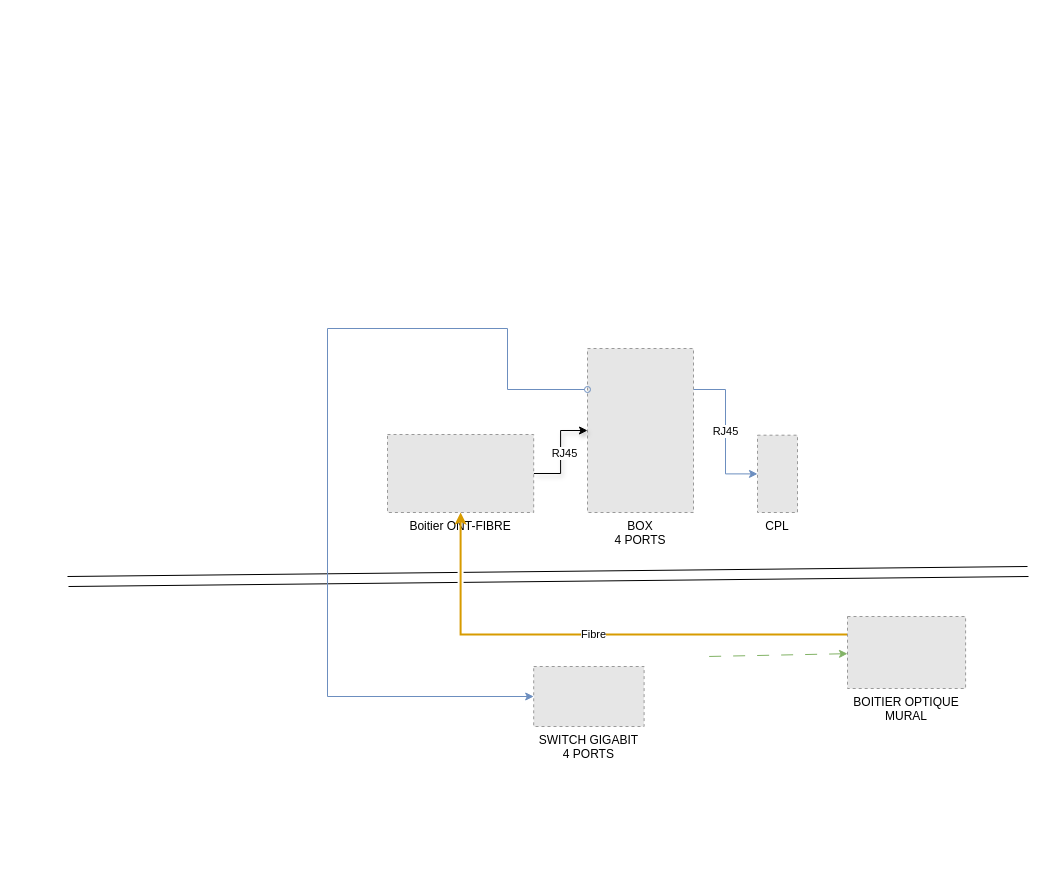
bastero42/test keeps this draw.io diagram as Untitled Diagram.drawio. Above is the earlier version. Source tidied: cells renumbered, new cells numbered last; positions are measured from the earlier drawing's top-left corner, leaving out a move shared by most shapes. Both pictures are drawn from the tidied source at 100%, with x=0, y=0 at pixel (67, 328). Pictures stored in the file or linked from it are replaced by grey dashed boxes.
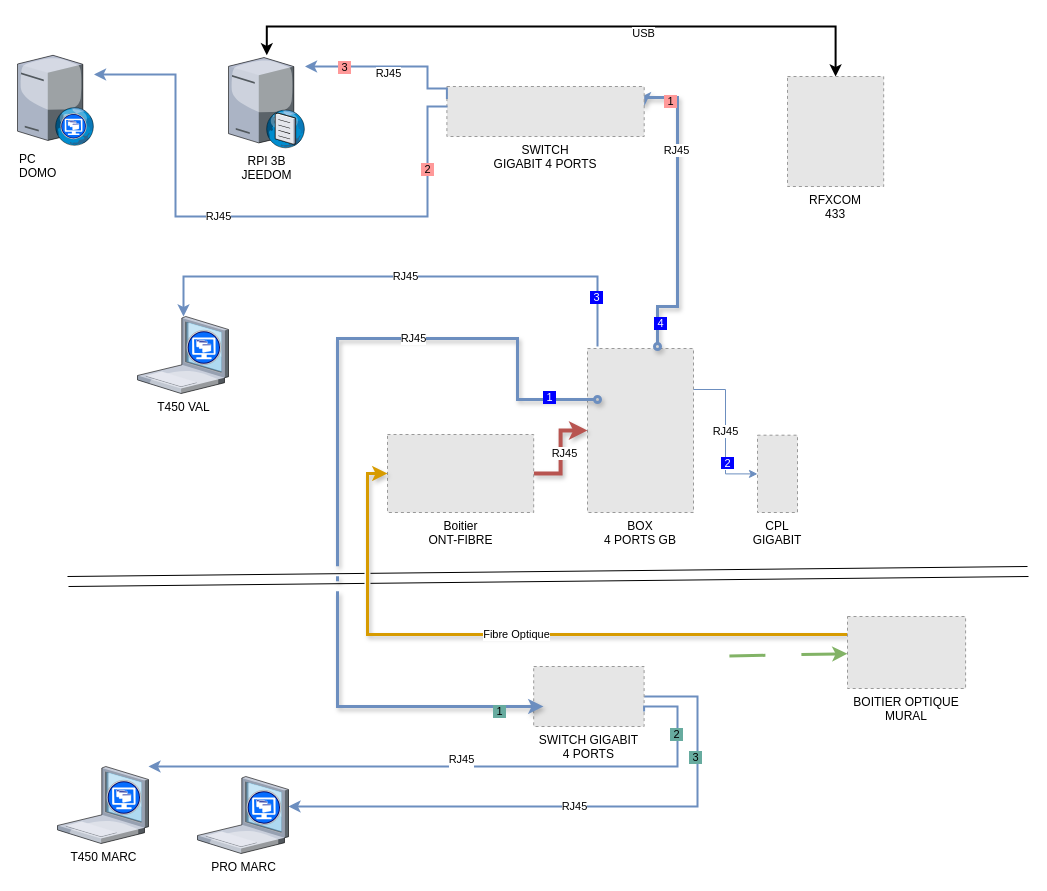
The same diagram, later.

Commit message:
RESEAU MAISON

Unchanged cells that the change refers to:
```xml
<mxCell id="8" value="BOITIER OPTIQUE&#10;MURAL" style="fillColor=#E6E6E6;strokeColor=#999999;dashed=1;verticalLabelPosition=bottom;labelBackgroundColor=default;verticalAlign=top;" parent="1" vertex="1">
  <mxGeometry x="780" y="288" width="118.1" height="72" as="geometry" />
</mxCell>
<mxCell id="10" value="RJ45" style="edgeStyle=orthogonalEdgeStyle;rounded=0;jettySize=auto;html=1;entryX=1;entryY=0.25;entryDx=0;entryDy=0;endArrow=none;endFill=0;startArrow=classic;startFill=1;fillColor=#dae8fc;strokeColor=#6c8ebf;" parent="1" edge="1" source="11" target="2">
  <mxGeometry relative="1" as="geometry" />
</mxCell>
<mxCell id="14" value="SWITCH GIGABIT&#10;4 PORTS" style="fillColor=#E6E6E6;strokeColor=#999999;dashed=1;verticalLabelPosition=bottom;labelBackgroundColor=default;verticalAlign=top;" parent="1" vertex="1">
  <mxGeometry x="466.2" y="338" width="110.4" height="60" as="geometry" />
</mxCell>
```

Diff of the diagram source:
```diff
@@
-    <mxCell id="2" value="BOX&#10;4 PORTS" style="fillColor=#E6E6E6;strokeColor=#999999;dashed=1;verticalLabelPosition=bottom;labelBackgroundColor=default;verticalAlign=top;" parent="1" vertex="1">
+    <mxCell id="2" value="BOX&#10;4 PORTS GB" style="fillColor=#E6E6E6;strokeColor=#999999;dashed=1;verticalLabelPosition=bottom;labelBackgroundColor=default;verticalAlign=top;" parent="1" vertex="1">
       <mxGeometry x="520" y="20" width="106" height="164" as="geometry" />
     </mxCell>
-    <mxCell id="3" style="edgeStyle=orthogonalEdgeStyle;rounded=0;jettySize=auto;html=1;entryX=0;entryY=0.5;entryDx=0;entryDy=0;shadow=1;" parent="1" edge="1" source="5" target="2">
+    <mxCell id="3" style="edgeStyle=orthogonalEdgeStyle;rounded=0;jettySize=auto;html=1;entryX=0;entryY=0.5;entryDx=0;entryDy=0;shadow=1;fillColor=#f8cecc;strokeColor=#b85450;strokeWidth=4;" parent="1" edge="1" source="5" target="2">
       <mxGeometry relative="1" as="geometry" />
     </mxCell>
@@
-    <mxCell id="5" value="Boitier ONT-FIBRE" style="fillColor=#E6E6E6;strokeColor=#999999;dashed=1;verticalLabelPosition=bottom;labelBackgroundColor=default;verticalAlign=top;" parent="1" vertex="1">
+    <mxCell id="5" value="Boitier&lt;div&gt;ONT-FIBRE&lt;/div&gt;" style="fillColor=#E6E6E6;strokeColor=#999999;dashed=1;verticalLabelPosition=bottom;labelBackgroundColor=default;verticalAlign=top;align=center;html=1;" parent="1" vertex="1">
       <mxGeometry x="320" y="106" width="146.2" height="78" as="geometry" />
     </mxCell>
-    <mxCell id="6" style="rounded=0;jettySize=auto;html=1;startArrow=classic;fillColor=#d5e8d4;strokeColor=#82b366;curved=0;dashed=1;dashPattern=12 12;startFill=1;endArrow=none;endFill=0;" parent="1" edge="1" source="8">
+    <mxCell id="6" style="rounded=0;jettySize=auto;html=1;startArrow=classic;fillColor=#d5e8d4;strokeColor=#82b366;curved=0;dashed=1;dashPattern=12 12;startFill=1;endArrow=none;endFill=0;strokeWidth=3;" parent="1" edge="1" source="8">
       <mxGeometry relative="1" as="geometry">
         <mxPoint x="640" y="328" as="targetPoint" />
       </mxGeometry>
     </mxCell>
-    <mxCell id="7" value="Fibre" style="edgeStyle=orthogonalEdgeStyle;rounded=0;jettySize=auto;html=1;exitX=0;exitY=0.25;exitDx=0;exitDy=0;jumpStyle=gap;strokeWidth=2;fillColor=#ffe6cc;strokeColor=#d79b00;" parent="1" edge="1" source="8" target="5">
+    <mxCell id="7" value="Fibre Optique" style="edgeStyle=orthogonalEdgeStyle;rounded=0;jettySize=auto;html=1;exitX=0;exitY=0.25;exitDx=0;exitDy=0;jumpStyle=gap;strokeWidth=3;fillColor=#ffe6cc;strokeColor=#d79b00;entryX=0;entryY=0.5;entryDx=0;entryDy=0;shadow=1;" parent="1" edge="1" source="8" target="5">
       <mxGeometry relative="1" as="geometry" />
     </mxCell>
@@
+    <mxCell id="15" value="&lt;span style=&quot;background-color: rgb(0, 0, 255);&quot;&gt;&amp;nbsp;2&amp;nbsp;&lt;/span&gt;" style="edgeLabel;html=1;align=center;verticalAlign=middle;fontColor=#FFFFFF;" parent="10" vertex="1">
+      <mxGeometry x="-0.42" y="-1" relative="1" as="geometry" />
+    </mxCell>
-    <mxCell id="11" value="CPL" style="fillColor=#E6E6E6;strokeColor=#999999;dashed=1;verticalLabelPosition=bottom;labelBackgroundColor=default;verticalAlign=top;" parent="1" vertex="1">
+    <mxCell id="11" value="CPL&#10;GIGABIT" style="fillColor=#E6E6E6;strokeColor=#999999;dashed=1;verticalLabelPosition=bottom;labelBackgroundColor=default;verticalAlign=top;" parent="1" vertex="1">
       <mxGeometry x="690" y="106.7" width="40" height="77.3" as="geometry" />
     </mxCell>
@@
-    <mxCell id="13" style="edgeStyle=orthogonalEdgeStyle;rounded=0;jettySize=auto;html=1;exitX=0;exitY=0.5;exitDx=0;exitDy=0;startArrow=classic;startFill=1;endArrow=oval;endFill=0;jumpStyle=none;entryX=0;entryY=0.25;entryDx=0;entryDy=0;fillColor=#dae8fc;strokeColor=#6c8ebf;" parent="1" edge="1" source="14" target="2">
+    <mxCell id="13" style="edgeStyle=orthogonalEdgeStyle;rounded=0;jettySize=auto;html=1;startArrow=classic;startFill=1;endArrow=oval;endFill=0;jumpStyle=gap;fillColor=#dae8fc;strokeColor=#6c8ebf;jumpSize=11;shadow=1;targetPerimeterSpacing=0;strokeWidth=3;exitX=0.997;exitY=0.42;exitDx=0;exitDy=0;exitPerimeter=0;" parent="1" edge="1" source="30">
       <mxGeometry relative="1" as="geometry">
+        <mxPoint x="590" y="18" as="targetPoint" />
         <Array as="points">
-          <mxPoint x="260" y="368" />
-          <mxPoint x="260" />
-          <mxPoint x="440" />
-          <mxPoint x="440" y="61" />
+          <mxPoint x="610" y="-231" />
+          <mxPoint x="610" y="-22" />
+          <mxPoint x="590" y="-22" />
         </Array>
       </mxGeometry>
     </mxCell>
+    <mxCell id="16" value="RJ45" style="edgeLabel;html=1;align=center;verticalAlign=middle;" parent="13" vertex="1">
+      <mxGeometry x="-0.38" y="-2" relative="1" as="geometry">
+        <mxPoint y="-1" as="offset" />
+      </mxGeometry>
+    </mxCell>
+    <mxCell id="17" value="&amp;nbsp;1&amp;nbsp;" style="edgeLabel;html=1;align=center;verticalAlign=middle;labelBackgroundColor=#FF9999;" parent="13" vertex="1">
+      <mxGeometry x="-0.77" y="-3" relative="1" as="geometry" />
+    </mxCell>
+    <mxCell id="18" value="&amp;nbsp;4&amp;nbsp;" style="edgeLabel;html=1;align=center;verticalAlign=middle;labelBackgroundColor=#0000FF;fontColor=#FFFFFF;" parent="13" vertex="1">
+      <mxGeometry x="0.85" y="2" relative="1" as="geometry" />
+    </mxCell>
+    <mxCell id="19" value="RJ45" style="edgeStyle=orthogonalEdgeStyle;rounded=0;jettySize=auto;html=1;exitX=1;exitY=0.5;exitDx=0;exitDy=0;fillColor=#dae8fc;strokeColor=#6c8ebf;strokeWidth=2;" parent="1" edge="1" source="14" target="21">
+      <mxGeometry relative="1" as="geometry">
+        <Array as="points">
+          <mxPoint x="630" y="368" />
+          <mxPoint x="630" y="478" />
+        </Array>
+      </mxGeometry>
+    </mxCell>
+    <mxCell id="20" value="&amp;nbsp;3&amp;nbsp;" style="edgeLabel;html=1;align=center;verticalAlign=middle;labelBackgroundColor=#67AB9F;" parent="19" vertex="1">
+      <mxGeometry x="-0.6" y="-3" relative="1" as="geometry" />
+    </mxCell>
@@
+    <mxCell id="21" value="PRO MARC" style="verticalLabelPosition=bottom;sketch=0;html=1;verticalAlign=top;strokeColor=none;align=center;outlineConnect=0;shape=mxgraph.citrix.xenclient;" parent="1" vertex="1">
+      <mxGeometry x="130" y="448" width="91" height="77" as="geometry" />
+    </mxCell>
+    <mxCell id="22" value="T450 MARC" style="verticalLabelPosition=bottom;sketch=0;html=1;verticalAlign=top;strokeColor=none;align=center;outlineConnect=0;shape=mxgraph.citrix.xenclient;" parent="1" vertex="1">
+      <mxGeometry x="-10" y="438" width="91" height="77" as="geometry" />
+    </mxCell>
+    <mxCell id="23" value="T450 VAL" style="verticalLabelPosition=bottom;sketch=0;html=1;verticalAlign=top;strokeColor=none;align=center;outlineConnect=0;shape=mxgraph.citrix.xenclient;" parent="1" vertex="1">
+      <mxGeometry x="70" y="-12" width="91" height="77" as="geometry" />
+    </mxCell>
+    <mxCell id="24" value="RJ45&lt;div&gt;&lt;br&gt;&lt;/div&gt;" style="edgeStyle=orthogonalEdgeStyle;rounded=0;jettySize=auto;html=1;exitX=1;exitY=0.75;exitDx=0;exitDy=0;fillColor=#dae8fc;strokeColor=#6c8ebf;strokeWidth=2;" parent="1" edge="1" source="14" target="22">
+      <mxGeometry relative="1" as="geometry">
+        <Array as="points">
+          <mxPoint x="577" y="378" />
+          <mxPoint x="610" y="378" />
+          <mxPoint x="610" y="438" />
+        </Array>
+      </mxGeometry>
+    </mxCell>
+    <mxCell id="25" value="&amp;nbsp;2&amp;nbsp;" style="edgeLabel;html=1;align=center;verticalAlign=middle;labelBackgroundColor=#67AB9F;" parent="24" vertex="1">
+      <mxGeometry x="-0.79" y="-2" relative="1" as="geometry" />
+    </mxCell>
+    <mxCell id="26" value="RJ45" style="edgeStyle=orthogonalEdgeStyle;rounded=0;jettySize=auto;html=1;fillColor=#dae8fc;strokeColor=#6c8ebf;strokeWidth=2;" parent="1" edge="1" target="23">
+      <mxGeometry relative="1" as="geometry">
+        <mxPoint x="530" y="18" as="sourcePoint" />
+        <Array as="points">
+          <mxPoint x="530" y="-52" />
+          <mxPoint x="116" y="-52" />
+        </Array>
+      </mxGeometry>
+    </mxCell>
+    <mxCell id="27" value="&amp;nbsp;3&amp;nbsp;" style="edgeLabel;html=1;align=center;verticalAlign=middle;labelBackgroundColor=#0000FF;fontColor=#FFFFFF;" parent="26" vertex="1">
+      <mxGeometry x="-0.81" y="2" relative="1" as="geometry" />
+    </mxCell>
+    <mxCell id="28" value="&lt;div&gt;&lt;span style=&quot;background-color: initial;&quot;&gt;RPI 3B&lt;/span&gt;&lt;/div&gt;&lt;div&gt;JEEDOM&lt;/div&gt;" style="verticalLabelPosition=bottom;sketch=0;html=1;verticalAlign=top;strokeColor=none;align=center;outlineConnect=0;shape=mxgraph.citrix.dns_server;" parent="1" vertex="1">
+      <mxGeometry x="161" y="-273.2" width="76.5" height="92.5" as="geometry" />
+    </mxCell>
+    <mxCell id="29" value="PC&lt;div&gt;DOMO&lt;/div&gt;" style="verticalLabelPosition=bottom;sketch=0;html=1;verticalAlign=top;strokeColor=none;align=left;outlineConnect=0;shape=mxgraph.citrix.desktop_web;" parent="1" vertex="1">
+      <mxGeometry x="-50" y="-273.2" width="76.5" height="90" as="geometry" />
+    </mxCell>
+    <mxCell id="30" value="SWITCH&#10;GIGABIT 4 PORTS" style="fillColor=#E6E6E6;strokeColor=#999999;dashed=1;verticalLabelPosition=bottom;labelBackgroundColor=default;verticalAlign=top;" parent="1" vertex="1">
+      <mxGeometry x="379.4" y="-242" width="197.3" height="50" as="geometry" />
+    </mxCell>
+    <mxCell id="31" style="edgeStyle=orthogonalEdgeStyle;rounded=0;orthogonalLoop=1;jettySize=auto;html=1;exitX=0;exitY=0.5;exitDx=0;exitDy=0;startArrow=classic;startFill=1;endArrow=oval;endFill=0;jumpStyle=gap;entryX=0;entryY=0.25;entryDx=0;entryDy=0;fillColor=#dae8fc;strokeColor=#6c8ebf;jumpSize=11;shadow=1;targetPerimeterSpacing=0;strokeWidth=3;" parent="1" edge="1">
+      <mxGeometry relative="1" as="geometry">
+        <mxPoint x="476" y="378" as="sourcePoint" />
+        <mxPoint x="530" y="71" as="targetPoint" />
+        <Array as="points">
+          <mxPoint x="270" y="378" />
+          <mxPoint x="270" y="10" />
+          <mxPoint x="450" y="10" />
+          <mxPoint x="450" y="71" />
+        </Array>
+      </mxGeometry>
+    </mxCell>
+    <mxCell id="32" value="RJ45" style="edgeLabel;html=1;align=center;verticalAlign=middle;" parent="31" vertex="1">
+      <mxGeometry x="0.45" y="1" relative="1" as="geometry" />
+    </mxCell>
+    <mxCell id="33" value="&amp;nbsp;1&amp;nbsp;" style="edgeLabel;html=1;align=center;verticalAlign=middle;labelBackgroundColor=#0000FF;fontColor=#FFFFFF;" parent="31" vertex="1">
+      <mxGeometry x="0.89" y="3" relative="1" as="geometry" />
+    </mxCell>
+    <mxCell id="34" value="&amp;nbsp;1&amp;nbsp;" style="edgeLabel;html=1;align=center;verticalAlign=middle;labelBackgroundColor=#67AB9F;" parent="31" vertex="1">
+      <mxGeometry x="-0.9" y="4" relative="1" as="geometry" />
+    </mxCell>
+    <mxCell id="35" value="RJ45" style="edgeStyle=orthogonalEdgeStyle;rounded=0;jettySize=auto;html=1;fillColor=#dae8fc;strokeColor=#6c8ebf;strokeWidth=2;" parent="1" edge="1" target="29">
+      <mxGeometry x="0.12" relative="1" as="geometry">
+        <mxPoint x="380" y="-222" as="sourcePoint" />
+        <Array as="points">
+          <mxPoint x="360" y="-222" />
+          <mxPoint x="360" y="-112" />
+          <mxPoint x="108" y="-112" />
+          <mxPoint x="108" y="-254" />
+        </Array>
+      </mxGeometry>
+    </mxCell>
+    <mxCell id="36" value="&amp;nbsp;2&amp;nbsp;" style="edgeLabel;html=1;align=center;verticalAlign=middle;labelBackgroundColor=#FF9999;" parent="35" vertex="1">
+      <mxGeometry x="-0.73" y="-1" relative="1" as="geometry" />
+    </mxCell>
+    <mxCell id="37" style="edgeStyle=orthogonalEdgeStyle;rounded=0;jettySize=auto;html=1;fillColor=#dae8fc;strokeColor=#6c8ebf;exitX=0;exitY=0.25;exitDx=0;exitDy=0;strokeWidth=2;" parent="1" edge="1" source="30" target="28">
+      <mxGeometry x="0.49" y="-50" relative="1" as="geometry">
+        <Array as="points">
+          <mxPoint x="360" y="-240" />
+          <mxPoint x="360" y="-262" />
+        </Array>
+      </mxGeometry>
+    </mxCell>
+    <mxCell id="38" value="RJ45" style="edgeLabel;html=1;align=center;verticalAlign=middle;" parent="37" vertex="1">
+      <mxGeometry x="-0.5" y="-1" relative="1" as="geometry">
+        <mxPoint x="-41" y="-1" as="offset" />
+      </mxGeometry>
+    </mxCell>
+    <mxCell id="39" value="&amp;nbsp;3&amp;nbsp;" style="edgeLabel;html=1;align=center;verticalAlign=middle;labelBackgroundColor=#FF9999;" parent="37" vertex="1">
+      <mxGeometry x="0.55" relative="1" as="geometry" />
+    </mxCell>
+    <mxCell id="40" style="edgeStyle=orthogonalEdgeStyle;rounded=0;jettySize=auto;html=1;strokeWidth=2;exitX=0.5;exitY=0;exitDx=0;exitDy=0;startArrow=classic;startFill=1;" parent="1" edge="1" source="42" target="28">
+      <mxGeometry relative="1" as="geometry">
+        <Array as="points">
+          <mxPoint x="768" y="-302" />
+        </Array>
+      </mxGeometry>
+    </mxCell>
+    <mxCell id="41" value="USB" style="edgeLabel;html=1;align=center;verticalAlign=middle;" parent="40" vertex="1">
+      <mxGeometry x="-0.25" y="6" relative="1" as="geometry" />
+    </mxCell>
+    <mxCell id="42" value="RFXCOM&#10;433" style="fillColor=#E6E6E6;strokeColor=#999999;dashed=1;verticalLabelPosition=bottom;labelBackgroundColor=default;verticalAlign=top;" parent="1" vertex="1">
+      <mxGeometry x="720" y="-252" width="96.2" height="110" as="geometry" />
+    </mxCell>
```
